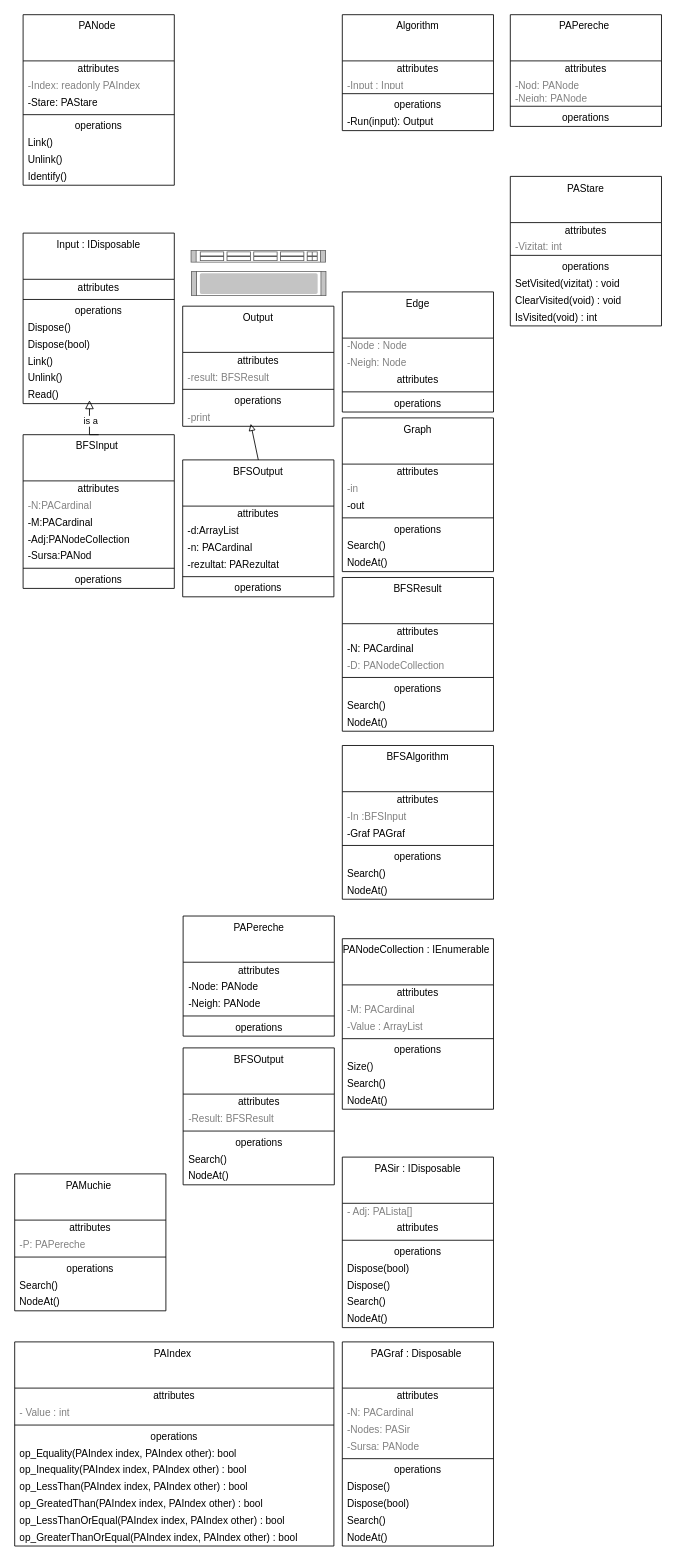
This is C.drawio from Cristof17/PALibrary, a draw.io file, before an edit. Source tidied: cells renumbered, new cells numbered last; positions are measured from the earlier drawing's top-left corner, leaving out a move shared by most shapes. Both pictures are drawn from the tidied source at 84%, with x=0, y=0 at pixel (14, 14).
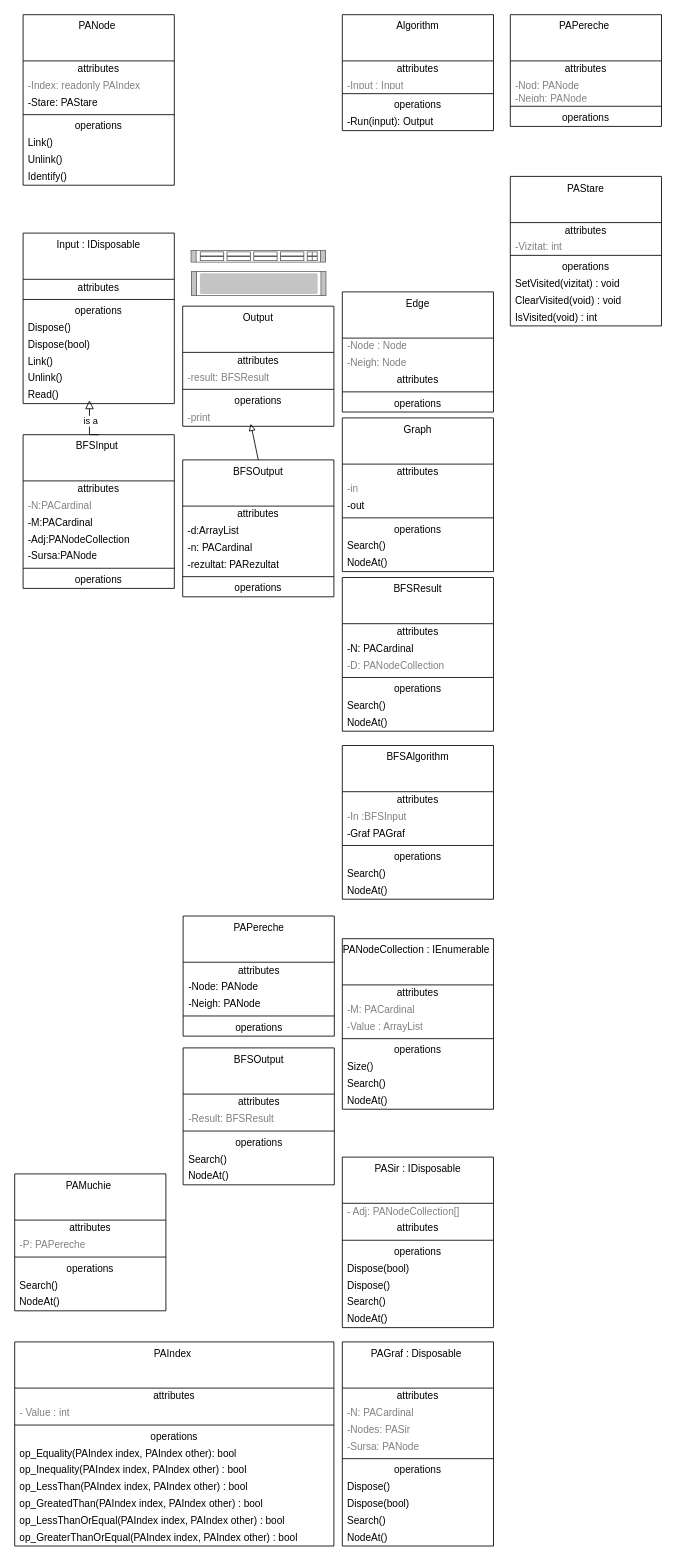
The same diagram, later.

Commit message:
PANodeCollection instead of PALista

The change refers to these unchanged cells:
```xml
<mxCell id="38" value="BFSInput&amp;nbsp;" style="swimlane;fontStyle=0;align=center;verticalAlign=top;horizontal=1;startSize=55;html=1;whiteSpace=wrap;" parent="1" vertex="1">
  <mxGeometry x="10" y="500" width="180" height="183" as="geometry" />
</mxCell>
<mxCell id="144" value="PASir : IDisposable" style="swimlane;fontStyle=0;align=center;verticalAlign=top;horizontal=1;startSize=55;html=1;whiteSpace=wrap;" parent="1" vertex="1">
  <mxGeometry x="390" y="1360" width="180" height="203" as="geometry" />
</mxCell>
```

The edit, as a diff of the source:
```diff
@@
-    <mxCell id="43" value="-Sursa:PANod" style="text;html=1;strokeColor=none;fillColor=none;align=left;verticalAlign=middle;spacingLeft=4;spacingRight=4;overflow=hidden;whiteSpace=wrap;" parent="38" vertex="1">
+    <mxCell id="43" value="-Sursa:PANode" style="text;html=1;strokeColor=none;fillColor=none;align=left;verticalAlign=middle;spacingLeft=4;spacingRight=4;overflow=hidden;whiteSpace=wrap;" parent="38" vertex="1">
       <mxGeometry y="135" width="180" height="20" as="geometry" />
     </mxCell>
@@
-    <mxCell id="145" value="- Adj: PALista[]" style="text;html=1;strokeColor=none;fillColor=none;align=left;verticalAlign=middle;spacingLeft=4;spacingRight=4;overflow=hidden;fontColor=#808080;whiteSpace=wrap;" parent="144" vertex="1">
+    <mxCell id="145" value="- Adj: PANodeCollection[]" style="text;html=1;strokeColor=none;fillColor=none;align=left;verticalAlign=middle;spacingLeft=4;spacingRight=4;overflow=hidden;fontColor=#808080;whiteSpace=wrap;" parent="144" vertex="1">
       <mxGeometry y="55" width="180" height="20" as="geometry" />
     </mxCell>
```
